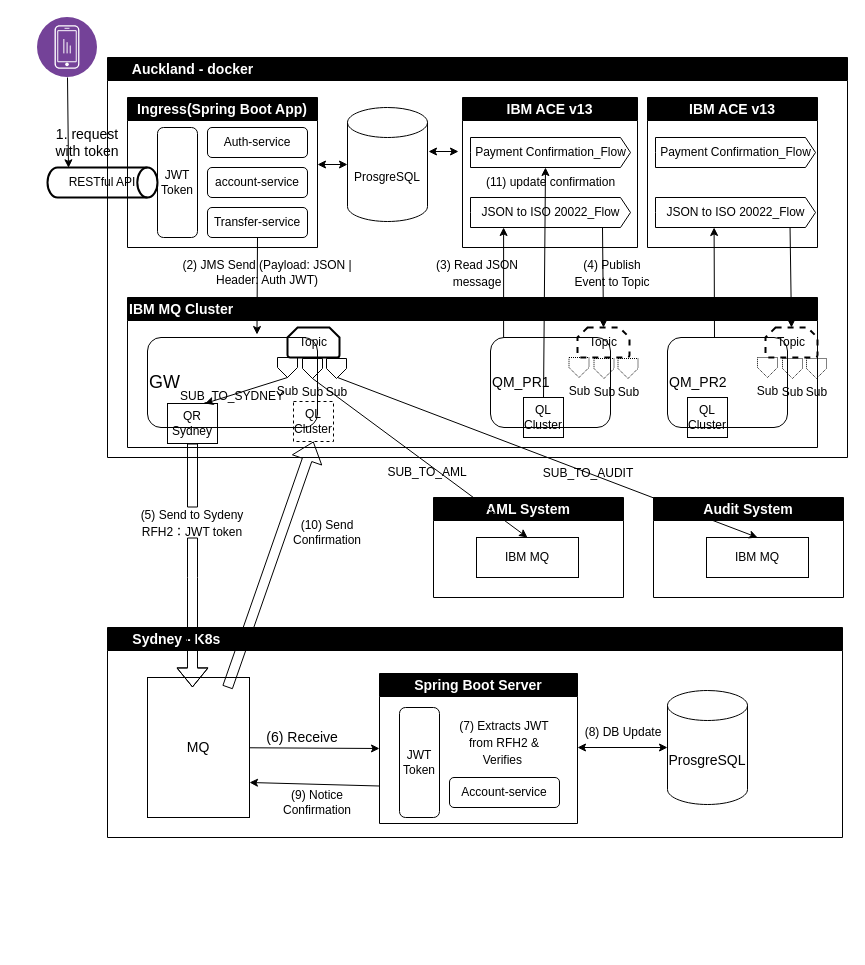
Above: diagram1.drawio in Bellick-Jiao/cross-tasman-payment-hub (draw.io), before the change. Source tidied: cells renumbered, new cells numbered last; positions are measured from the earlier drawing's top-left corner, leaving out a move shared by most shapes. Both pictures are drawn from the tidied source at 100%, with x=0, y=0 at pixel (17, 17).
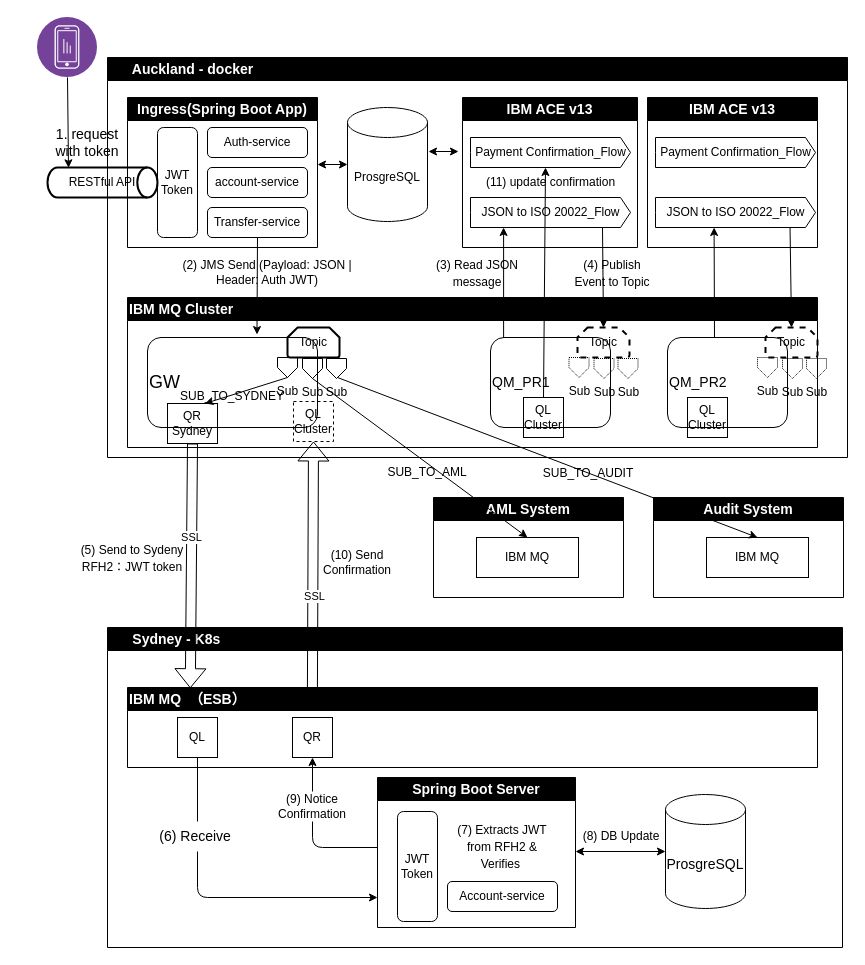
The same page after the edit.

Commit message (it also covers changes not shown here):
refactor: update Sydney K8s architecture diagram to include IBM MQ service and refine component layout

Unchanged cells that the change refers to:
```xml
<mxCell id="15" value="QR&lt;br&gt;Sydney" style="rounded=0;whiteSpace=wrap;html=1;strokeColor=#000000;fillColor=none;fontColor=#000000;" parent="3" vertex="1">
  <mxGeometry x="40" y="106" width="50" height="40" as="geometry" />
</mxCell>
<mxCell id="18" value="QL&lt;br&gt;Cluster" style="whiteSpace=wrap;html=1;dashed=1;strokeColor=#000000;fillColor=none;fontColor=#000000;" parent="3" vertex="1">
  <mxGeometry x="166" y="104" width="40" height="40" as="geometry" />
</mxCell>
```

The edit, as a diff of the source:
```diff
@@
     <mxCell id="57" value="&lt;font style=&quot;font-size: 14px;&quot;&gt;&amp;nbsp; &amp;nbsp; &amp;nbsp; Sydney&amp;nbsp;-&amp;nbsp;K8s&lt;/font&gt;" style="swimlane;whiteSpace=wrap;html=1;align=left;strokeColor=#000000;fontColor=#FFFFFF;fillStyle=solid;swimlaneFillColor=#FFFFFF;fillColor=#000000;" parent="1" vertex="1">
-      <mxGeometry x="90" y="610" width="735" height="210" as="geometry" />
+      <mxGeometry x="90" y="610" width="735" height="320" as="geometry" />
     </mxCell>
-    <mxCell id="58" style="edgeStyle=none;html=1;entryX=0;entryY=0.5;entryDx=0;entryDy=0;startArrow=none;strokeColor=#000000;fontColor=#000000;" parent="57" edge="1" source="59" target="60">
-      <mxGeometry relative="1" as="geometry" />
-    </mxCell>
-    <mxCell id="59" value="&lt;font style=&quot;font-size: 14px;&quot;&gt;MQ&lt;/font&gt;" style="rounded=0;whiteSpace=wrap;html=1;strokeColor=#000000;fillColor=none;fontColor=#000000;" parent="57" vertex="1">
-      <mxGeometry x="40" y="50" width="102" height="140" as="geometry" />
-    </mxCell>
     <mxCell id="60" value="&lt;font style=&quot;font-size: 14px;&quot;&gt;Spring Boot Server&lt;/font&gt;" style="swimlane;whiteSpace=wrap;html=1;startSize=23;strokeColor=#000000;fontColor=#FFFFFF;fillStyle=solid;swimlaneFillColor=#FFFFFF;fillColor=#000000;" parent="57" vertex="1">
-      <mxGeometry x="272" y="46" width="198" height="150" as="geometry" />
+      <mxGeometry x="270" y="150" width="198" height="150" as="geometry" />
     </mxCell>
@@
     <mxCell id="64" value="&lt;font style=&quot;font-size: 14px;&quot;&gt;ProsgreSQL&lt;/font&gt;" style="shape=cylinder3;whiteSpace=wrap;html=1;boundedLbl=1;backgroundOutline=1;size=15;strokeColor=#000000;fillColor=none;fontColor=#000000;" parent="57" vertex="1">
-      <mxGeometry x="560" y="63" width="80" height="114" as="geometry" />
+      <mxGeometry x="558" y="167" width="80" height="114" as="geometry" />
     </mxCell>
     <mxCell id="65" style="endArrow=classic;startArrow=classic;html=1;entryX=0;entryY=0.5;entryDx=0;entryDy=0;entryPerimeter=0;strokeColor=#000000;fontColor=#000000;" parent="57" edge="1" target="64">
       <mxGeometry relative="1" as="geometry">
-        <mxPoint x="470" y="120" as="sourcePoint" />
+        <mxPoint x="468" y="224" as="sourcePoint" />
       </mxGeometry>
     </mxCell>
-    <mxCell id="66" style="endArrow=classic;html=1;exitX=0;exitY=0.75;exitDx=0;exitDy=0;entryX=1;entryY=0.75;entryDx=0;entryDy=0;strokeColor=#000000;fontColor=#000000;" parent="57" edge="1" source="60" target="59">
-      <mxGeometry relative="1" as="geometry" />
-    </mxCell>
-    <mxCell id="67" style="shape=flexArrow;endArrow=classic;html=1;fontSize=12;entryX=0.5;entryY=1;entryDx=0;entryDy=0;strokeColor=#000000;fontColor=#000000;" parent="57" edge="1" target="18">
-      <mxGeometry relative="1" as="geometry">
-        <mxPoint x="120" y="60" as="sourcePoint" />
-      </mxGeometry>
-    </mxCell>
-    <mxCell id="68" value="(6) Receive&amp;nbsp;" style="text;html=1;strokeColor=none;fillColor=none;align=center;verticalAlign=middle;whiteSpace=wrap;rounded=0;dashed=1;fontSize=14;fontColor=#000000;" parent="57" vertex="1">
-      <mxGeometry x="142" y="95" width="110" height="30" as="geometry" />
-    </mxCell>
-    <mxCell id="69" style="edgeStyle=none;html=1;exitX=1;exitY=0.5;exitDx=0;exitDy=0;entryX=0;entryY=0.5;entryDx=0;entryDy=0;endArrow=none;strokeColor=#000000;fontColor=#000000;" parent="57" edge="1" source="59" target="68">
-      <mxGeometry relative="1" as="geometry" />
-    </mxCell>
     <mxCell id="70" value="(8) DB Update" style="text;html=1;strokeColor=none;fillColor=none;align=center;verticalAlign=middle;whiteSpace=wrap;rounded=0;dashed=1;fontSize=12;fontColor=#000000;" parent="57" vertex="1">
-      <mxGeometry x="476" y="90" width="80" height="30" as="geometry" />
+      <mxGeometry x="474" y="194" width="80" height="30" as="geometry" />
     </mxCell>
-    <mxCell id="71" value="(9) Notice Confirmation" style="text;html=1;strokeColor=none;fillColor=none;align=center;verticalAlign=middle;whiteSpace=wrap;rounded=0;dashed=1;fontSize=12;fontColor=#000000;" parent="57" vertex="1">
-      <mxGeometry x="170" y="160" width="80" height="30" as="geometry" />
-    </mxCell>
+    <mxCell id="80" value="&lt;font style=&quot;font-size: 14px;&quot;&gt;IBM MQ&amp;nbsp; （ESB）&lt;/font&gt;" style="swimlane;whiteSpace=wrap;html=1;startSize=23;align=left;strokeColor=#000000;fontColor=#FFFFFF;swimlaneFillColor=#FFFFFF;fillStyle=solid;fillColor=#000000;" parent="57" vertex="1">
+      <mxGeometry x="20" y="60" width="690" height="80" as="geometry" />
+    </mxCell>
+    <mxCell id="81" value="QL" style="whiteSpace=wrap;html=1;strokeColor=#000000;fillColor=none;fontColor=#000000;" parent="80" vertex="1">
+      <mxGeometry x="50" y="30" width="40" height="40" as="geometry" />
+    </mxCell>
+    <mxCell id="82" value="QR" style="whiteSpace=wrap;html=1;strokeColor=#000000;fillColor=none;fontColor=#000000;" parent="80" vertex="1">
+      <mxGeometry x="165" y="30" width="40" height="40" as="geometry" />
+    </mxCell>
@@
-    <mxCell id="76" style="shape=flexArrow;endArrow=classic;html=1;fontSize=12;entryX=0.441;entryY=0.071;entryDx=0;entryDy=0;entryPerimeter=0;startArrow=none;strokeColor=#000000;fontColor=#000000;" parent="1" edge="1" source="78" target="59">
-      <mxGeometry relative="1" as="geometry">
-        <Array as="points">
-          <mxPoint x="175" y="560" />
-        </Array>
-      </mxGeometry>
-    </mxCell>
-    <mxCell id="77" style="shape=flexArrow;endArrow=none;html=1;fontSize=12;exitX=0.5;exitY=1;exitDx=0;exitDy=0;strokeColor=#000000;fontColor=#000000;entryX=0.5;entryY=0;entryDx=0;entryDy=0;" parent="1" edge="1" source="15" target="78">
-      <mxGeometry relative="1" as="geometry" />
-    </mxCell>
     <mxCell id="78" value="&lt;font style=&quot;font-size: 12px;&quot;&gt;(5) Send to Sydeny&lt;br&gt;RFH2：JWT token&lt;br&gt;&lt;/font&gt;" style="text;html=1;strokeColor=none;fillColor=none;align=center;verticalAlign=middle;whiteSpace=wrap;rounded=0;dashed=1;fontSize=14;fontColor=#000000;" parent="1" vertex="1">
-      <mxGeometry x="120" y="490" width="110" height="30" as="geometry" />
+      <mxGeometry x="60" y="525" width="110" height="30" as="geometry" />
     </mxCell>
     <mxCell id="79" value="(10) Send Confirmation" style="text;html=1;strokeColor=none;fillColor=none;align=center;verticalAlign=middle;whiteSpace=wrap;rounded=0;dashed=1;fontSize=12;fontColor=#000000;" parent="1" vertex="1">
-      <mxGeometry x="270" y="500" width="80" height="30" as="geometry" />
+      <mxGeometry x="300" y="530" width="80" height="30" as="geometry" />
     </mxCell>
+    <mxCell id="67" style="shape=flexArrow;endArrow=classic;html=1;fontSize=12;entryX=0.5;entryY=1;entryDx=0;entryDy=0;strokeColor=#000000;fontColor=#000000;exitX=0.268;exitY=0.018;exitDx=0;exitDy=0;exitPerimeter=0;" parent="1" edge="1" source="80" target="18">
+      <mxGeometry relative="1" as="geometry" />
+    </mxCell>
+    <mxCell id="83" value="SSL" style="edgeLabel;html=1;align=center;verticalAlign=middle;fontColor=#000000;labelBackgroundColor=#FFFFFF;" parent="67" vertex="1">
+      <mxGeometry x="-0.24" y="-1" relative="1" as="geometry">
+        <mxPoint y="1" as="offset" />
+      </mxGeometry>
+    </mxCell>
+    <mxCell id="84" style="shape=flexArrow;endArrow=classic;html=1;fontSize=12;entryX=0.091;entryY=0.009;entryDx=0;entryDy=0;strokeColor=#000000;fontColor=#000000;exitX=0.5;exitY=1;exitDx=0;exitDy=0;entryPerimeter=0;" parent="1" edge="1" source="15" target="80">
+      <mxGeometry relative="1" as="geometry" />
+    </mxCell>
+    <mxCell id="85" value="SSL" style="edgeLabel;html=1;align=center;verticalAlign=middle;fontColor=#000000;labelBackgroundColor=#FFFFFF;" parent="84" vertex="1">
+      <mxGeometry x="-0.24" y="-1" relative="1" as="geometry">
+        <mxPoint y="1" as="offset" />
+      </mxGeometry>
+    </mxCell>
+    <mxCell id="86" style="endArrow=classic;html=1;labelBackgroundColor=none;labelBorderColor=#000000;strokeColor=#000000;fontColor=#000000;exitX=0.5;exitY=1;exitDx=0;exitDy=0;startArrow=none;" parent="1" edge="1" source="68">
+      <mxGeometry relative="1" as="geometry">
+        <mxPoint x="360" y="880" as="targetPoint" />
+        <Array as="points">
+          <mxPoint x="180" y="880" />
+        </Array>
+      </mxGeometry>
+    </mxCell>
+    <mxCell id="87" style="endArrow=classic;html=1;labelBackgroundColor=none;labelBorderColor=#000000;strokeColor=#000000;fontColor=#000000;entryX=0.5;entryY=1;entryDx=0;entryDy=0;startArrow=none;" parent="1" edge="1" source="71" target="82">
+      <mxGeometry relative="1" as="geometry" />
+    </mxCell>
+    <mxCell id="88" style="endArrow=none;html=1;labelBackgroundColor=none;labelBorderColor=#000000;strokeColor=#000000;fontColor=#000000;entryX=0.5;entryY=1;entryDx=0;entryDy=0;" parent="1" edge="1" target="71">
+      <mxGeometry relative="1" as="geometry">
+        <mxPoint x="360" y="830" as="sourcePoint" />
+        <Array as="points">
+          <mxPoint x="295" y="830" />
+        </Array>
+      </mxGeometry>
+    </mxCell>
+    <mxCell id="71" value="(9) Notice Confirmation" style="text;html=1;strokeColor=none;fillColor=none;align=center;verticalAlign=middle;whiteSpace=wrap;rounded=0;dashed=1;fontSize=12;fontColor=#000000;" parent="1" vertex="1">
+      <mxGeometry x="255" y="774" width="80" height="30" as="geometry" />
+    </mxCell>
+    <mxCell id="68" value="(6) Receive&amp;nbsp;" style="text;html=1;strokeColor=none;fillColor=none;align=center;verticalAlign=middle;whiteSpace=wrap;rounded=0;dashed=1;fontSize=14;fontColor=#000000;" parent="1" vertex="1">
+      <mxGeometry x="125" y="804" width="110" height="30" as="geometry" />
+    </mxCell>
+    <mxCell id="89" style="endArrow=none;html=1;labelBackgroundColor=none;labelBorderColor=#000000;strokeColor=#000000;fontColor=#000000;exitX=0.5;exitY=1;exitDx=0;exitDy=0;" parent="1" edge="1" source="81" target="68">
+      <mxGeometry relative="1" as="geometry" />
+    </mxCell>
```
